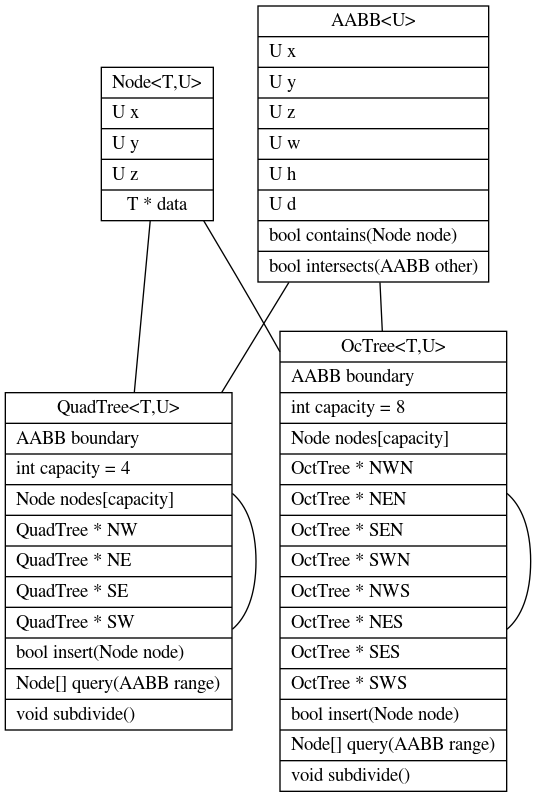
The Graphviz diagram doc/namespace.png in pvorselaars/spatial-tree, before a commit. Its source is kept beside it as doc/namespace.dot.
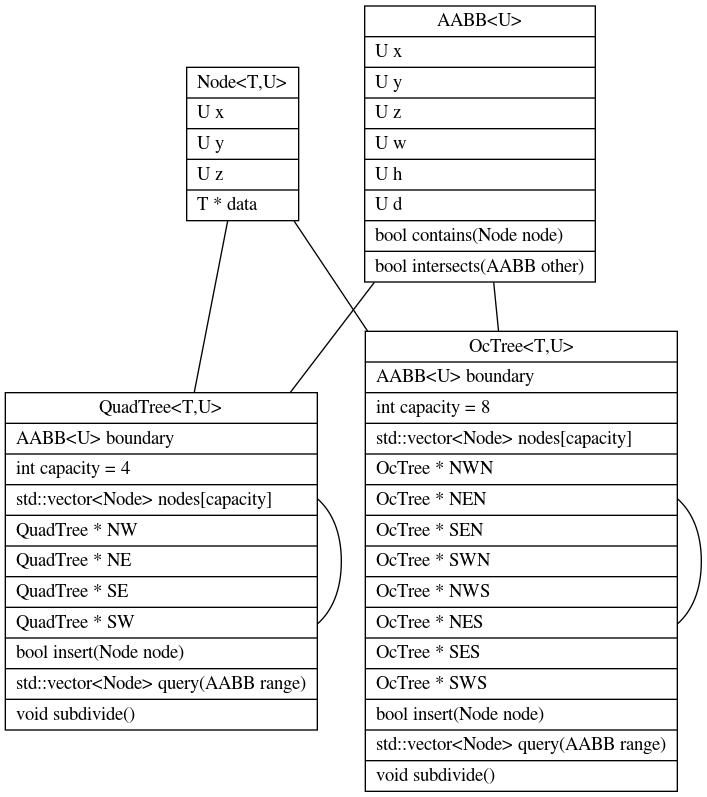
Above is the later version.

Commit message:
Fixed errors in dotfile

The edit, as a diff of the source:
```diff
@@ -6,7 +6,7 @@
 			  U x\l|
 			  U y\l|
 			  U z\l|
-			  T * data}"]
+			  T * data\l}"]
 
 	AABB [label="{\N\<U\>|
 			U x\l|
@@ -19,31 +19,31 @@
 			bool intersects(AABB other)\l}"]
 
 	QuadTree [label="{\N\<T,U\>|
-			   AABB boundary\l|
+			   AABB\<U\> boundary\l|
 			   int capacity = 4\l|
-			   Node nodes[capacity]\l|
+			   std::vector\<Node\> nodes[capacity]\l|
 			   QuadTree * NW\l|
 			   QuadTree * NE\l|
 			   QuadTree * SE\l|
 			   QuadTree * SW\l|
 			   bool insert(Node node)\l|
-			   Node[] query(AABB range)\l|
+			   std::vector\<Node\> query(AABB range)\l|
 			   void subdivide()\l}"]
 
 	OcTree [label="{\N\<T,U\>|
-			  AABB boundary\l|
+			  AABB\<U\> boundary\l|
 			  int capacity = 8\l|
-			  Node nodes[capacity]\l|
-			  OctTree * NWN\l|
-			  OctTree * NEN\l|
-			  OctTree * SEN\l|
-			  OctTree * SWN\l|
-			  OctTree * NWS\l|
-			  OctTree * NES\l|
-			  OctTree * SES\l|
-			  OctTree * SWS\l|
+			  std::vector\<Node\> nodes[capacity]\l|
+			  OcTree * NWN\l|
+			  OcTree * NEN\l|
+			  OcTree * SEN\l|
+			  OcTree * SWN\l|
+			  OcTree * NWS\l|
+			  OcTree * NES\l|
+			  OcTree * SES\l|
+			  OcTree * SWS\l|
 			  bool insert(Node node)\l|
-			  Node[] query(AABB range)\l|
+			  std::vector\<Node\> query(AABB range)\l|
 			  void subdivide()\l}"]
 
 
```
